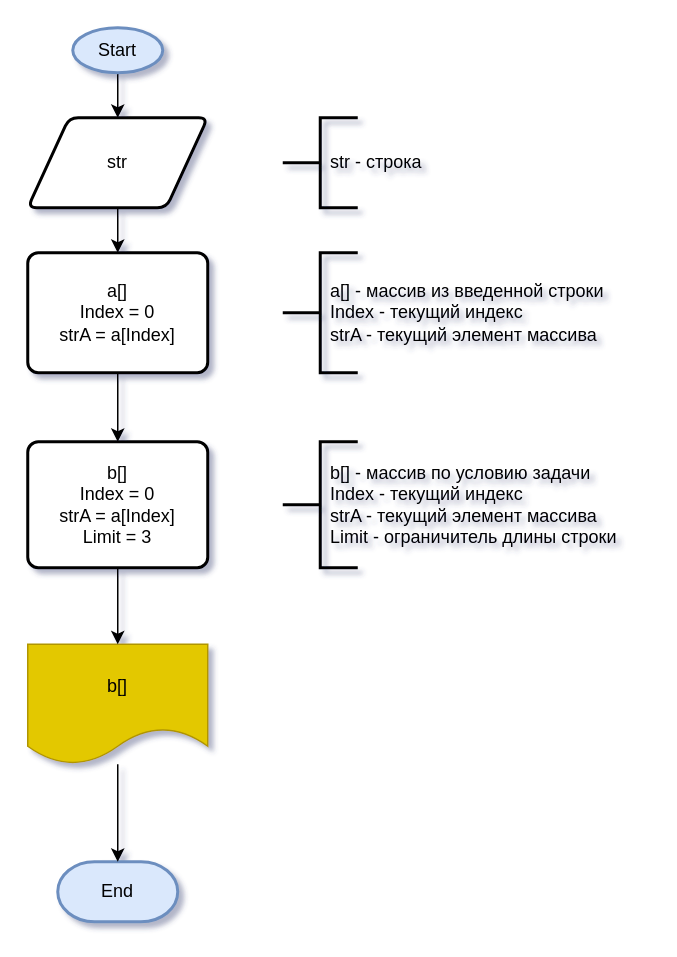
Before: Массив строк.drawio in zsb-it/ControlWork_I_Quarter, a draw.io diagram. Source tidied: cells renumbered, new cells numbered last; positions are measured from the earlier drawing's top-left corner, leaving out a move shared by most shapes. Both pictures are drawn from the tidied source at 150%, with x=0, y=0 at pixel (27, 27).
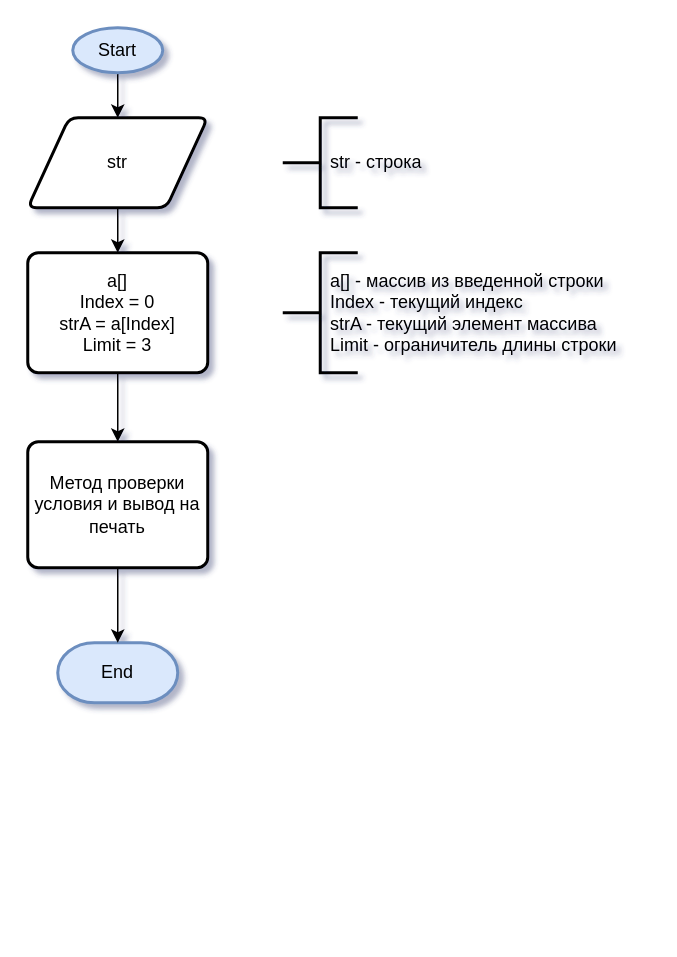
The same page after the edit.

The edit, as a diff of the source:
```diff
@@
 <mxGraphModel shadow="1">
   <root>
     <mxCell id="0" />
     <mxCell id="1" parent="0" />
     <mxCell id="2" style="edgeStyle=orthogonalEdgeStyle;rounded=0;jettySize=auto;html=1;" parent="1" edge="1" source="3" target="5">
       <mxGeometry relative="1" as="geometry" />
     </mxCell>
     <mxCell id="3" value="Start" style="strokeWidth=2;html=1;shape=mxgraph.flowchart.start_1;whiteSpace=wrap;fillColor=#dae8fc;strokeColor=#6c8ebf;" parent="1" vertex="1">
       <mxGeometry x="30" width="60" height="30" as="geometry" />
     </mxCell>
     <mxCell id="4" style="edgeStyle=orthogonalEdgeStyle;rounded=0;jettySize=auto;html=1;" parent="1" edge="1" source="5" target="7">
       <mxGeometry relative="1" as="geometry" />
     </mxCell>
     <mxCell id="5" value="str" style="shape=parallelogram;html=1;strokeWidth=2;perimeter=parallelogramPerimeter;whiteSpace=wrap;rounded=1;arcSize=12;size=0.23;" parent="1" vertex="1">
       <mxGeometry y="60" width="120" height="60" as="geometry" />
     </mxCell>
     <mxCell id="6" style="edgeStyle=orthogonalEdgeStyle;rounded=0;jettySize=auto;html=1;" parent="1" edge="1" source="7" target="16">
       <mxGeometry relative="1" as="geometry" />
     </mxCell>
-    <mxCell id="7" value="a[]&lt;br&gt;Index = 0&lt;br&gt;strA = a[Index]" style="rounded=1;whiteSpace=wrap;html=1;absoluteArcSize=1;arcSize=14;strokeWidth=2;" parent="1" vertex="1">
+    <mxCell id="7" value="a[]&lt;br&gt;Index = 0&lt;br&gt;strA = a[Index]&lt;br&gt;Limit = 3" style="rounded=1;whiteSpace=wrap;html=1;absoluteArcSize=1;arcSize=14;strokeWidth=2;" parent="1" vertex="1">
       <mxGeometry y="150" width="120" height="80" as="geometry" />
     </mxCell>
     <mxCell id="8" style="strokeWidth=2;html=1;shape=mxgraph.flowchart.annotation_2;align=left;labelPosition=right;" parent="1" vertex="1">
       <mxGeometry x="170" y="60" width="50" height="60" as="geometry" />
     </mxCell>
     <mxCell id="9" value="str - строка" style="text;html=1;strokeColor=none;fillColor=none;align=left;verticalAlign=middle;whiteSpace=wrap;rounded=0;" parent="1" vertex="1">
       <mxGeometry x="200" y="60" width="120" height="60" as="geometry" />
     </mxCell>
     <mxCell id="10" style="strokeWidth=2;html=1;shape=mxgraph.flowchart.annotation_2;align=left;labelPosition=right;" parent="1" vertex="1">
       <mxGeometry x="170" y="150" width="50" height="80" as="geometry" />
     </mxCell>
-    <mxCell id="11" value="&lt;span style=&quot;text-align: center;&quot;&gt;a[] - массив из введенной строки&lt;br&gt;Index&lt;/span&gt;&lt;span style=&quot;text-align: center;&quot;&gt;&amp;nbsp;- текущий индекс&lt;br&gt;&lt;/span&gt;&lt;span style=&quot;text-align: center;&quot;&gt;strA -&amp;nbsp;&lt;/span&gt;&lt;span style=&quot;text-align: center;&quot;&gt;текущий элемент массива&lt;/span&gt;&lt;span style=&quot;text-align: center;&quot;&gt;&lt;br&gt;&lt;/span&gt;" style="text;html=1;strokeColor=none;fillColor=none;align=left;verticalAlign=middle;whiteSpace=wrap;rounded=0;" parent="1" vertex="1">
+    <mxCell id="11" value="&lt;span style=&quot;text-align: center;&quot;&gt;a[] - массив из введенной строки&lt;br&gt;Index&lt;/span&gt;&lt;span style=&quot;text-align: center;&quot;&gt;&amp;nbsp;- текущий индекс&lt;br&gt;&lt;/span&gt;&lt;span style=&quot;text-align: center;&quot;&gt;strA -&amp;nbsp;&lt;/span&gt;&lt;span style=&quot;text-align: center;&quot;&gt;текущий элемент массива&lt;br&gt;&lt;/span&gt;&lt;span style=&quot;text-align: center;&quot;&gt;Limit -&amp;nbsp;&lt;/span&gt;&lt;span style=&quot;text-align: center;&quot;&gt;ограничитель длины строки&lt;/span&gt;&lt;span style=&quot;text-align: center;&quot;&gt;&lt;br&gt;&lt;/span&gt;" style="text;html=1;strokeColor=none;fillColor=none;align=left;verticalAlign=middle;whiteSpace=wrap;rounded=0;" parent="1" vertex="1">
       <mxGeometry x="200" y="150" width="210" height="80" as="geometry" />
     </mxCell>
     <mxCell id="12" value="End" style="strokeWidth=2;html=1;shape=mxgraph.flowchart.terminator;whiteSpace=wrap;fillColor=#dae8fc;strokeColor=#6c8ebf;" parent="1" vertex="1">
-      <mxGeometry x="20" y="556" width="80" height="40" as="geometry" />
+      <mxGeometry x="20" y="410" width="80" height="40" as="geometry" />
     </mxCell>
-    <mxCell id="13" style="edgeStyle=orthogonalEdgeStyle;rounded=0;jettySize=auto;html=1;" parent="1" edge="1" source="14" target="12">
-      <mxGeometry relative="1" as="geometry" />
-    </mxCell>
-    <mxCell id="14" value="b[]" style="shape=document;whiteSpace=wrap;html=1;boundedLbl=1;fillColor=#e3c800;fontColor=#000000;strokeColor=#B09500;" parent="1" vertex="1">
-      <mxGeometry y="411" width="120" height="80" as="geometry" />
-    </mxCell>
-    <mxCell id="15" style="edgeStyle=orthogonalEdgeStyle;rounded=0;jettySize=auto;html=1;" parent="1" edge="1" source="16" target="14">
-      <mxGeometry relative="1" as="geometry" />
-    </mxCell>
+    <mxCell id="19" style="edgeStyle=orthogonalEdgeStyle;rounded=0;jettySize=auto;html=1;" parent="1" edge="1" source="16" target="12">
+      <mxGeometry relative="1" as="geometry" />
+    </mxCell>
-    <mxCell id="16" value="b[]&lt;br&gt;Index = 0&lt;br&gt;strA = a[Index]&lt;br&gt;Limit = 3" style="rounded=1;whiteSpace=wrap;html=1;absoluteArcSize=1;arcSize=14;strokeWidth=2;" parent="1" vertex="1">
+    <mxCell id="16" value="Метод проверки условия и вывод на печать" style="rounded=1;whiteSpace=wrap;html=1;absoluteArcSize=1;arcSize=14;strokeWidth=2;" parent="1" vertex="1">
       <mxGeometry y="276" width="120" height="84" as="geometry" />
     </mxCell>
-    <mxCell id="17" style="strokeWidth=2;html=1;shape=mxgraph.flowchart.annotation_2;align=left;labelPosition=right;" parent="1" vertex="1">
-      <mxGeometry x="170" y="276" width="50" height="84" as="geometry" />
-    </mxCell>
-    <mxCell id="18" value="&lt;span style=&quot;text-align: center;&quot;&gt;b[] - массив по условию задачи&lt;br&gt;Index&lt;/span&gt;&lt;span style=&quot;text-align: center;&quot;&gt;&amp;nbsp;- текущий индекс&lt;br&gt;&lt;/span&gt;&lt;span style=&quot;text-align: center;&quot;&gt;strA -&amp;nbsp;&lt;/span&gt;&lt;span style=&quot;text-align: center;&quot;&gt;текущий элемент массива&lt;br&gt;&lt;/span&gt;&lt;span style=&quot;text-align: center;&quot;&gt;Limit -&amp;nbsp;&lt;/span&gt;&lt;span style=&quot;text-align: center;&quot;&gt;ограничитель длины строки&lt;br&gt;&lt;/span&gt;" style="text;html=1;strokeColor=none;fillColor=none;align=left;verticalAlign=middle;whiteSpace=wrap;rounded=0;" parent="1" vertex="1">
-      <mxGeometry x="200" y="276" width="210" height="84" as="geometry" />
-    </mxCell>
   </root>
 </mxGraphModel>
```
